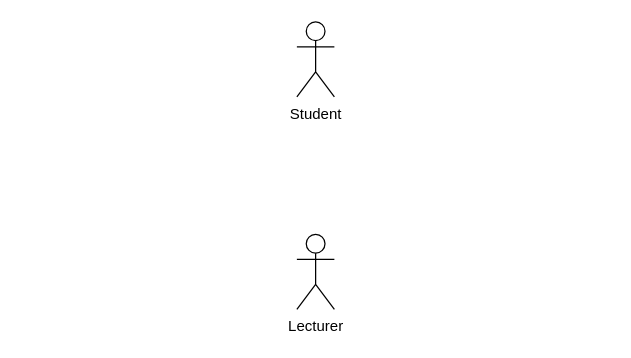
The draw.io diagram project/drawio/ShuYu03/exer1.drawio in drshahizan/software-engineering, before the edit. Source tidied: cells renumbered, new cells numbered last; positions are measured from the earlier drawing's top-left corner, leaving out a move shared by most shapes. Both pictures are drawn from the tidied source at 125%, with x=0, y=0 at pixel (296, 21).
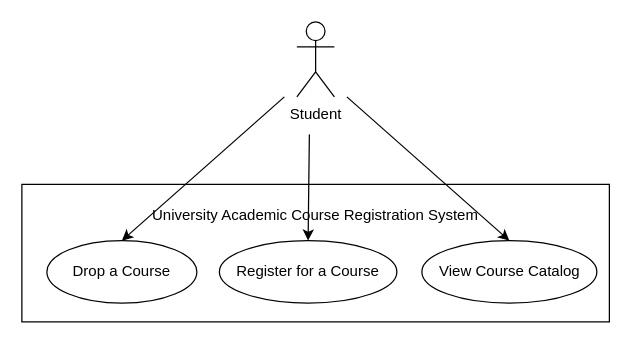
After the change.

What changed in the source:
```diff
@@
 <mxGraphModel>
   <root>
     <mxCell id="0" />
     <mxCell id="1" parent="0" />
     <mxCell id="2" value="Student&lt;br&gt;" style="shape=umlActor;verticalLabelPosition=bottom;verticalAlign=top;html=1;" parent="1" vertex="1">
       <mxGeometry width="30" height="60" as="geometry" />
     </mxCell>
-    <mxCell id="3" value="Lecturer" style="shape=umlActor;verticalLabelPosition=bottom;verticalAlign=top;html=1;" parent="1" vertex="1">
-      <mxGeometry y="170" width="30" height="60" as="geometry" />
-    </mxCell>
+    <mxCell id="4" style="rounded=0;whiteSpace=wrap;html=1;" parent="1" vertex="1">
+      <mxGeometry x="-220" y="130" width="470" height="110" as="geometry" />
+    </mxCell>
+    <mxCell id="5" value="University Academic Course Registration System" style="text;strokeColor=none;align=center;fillColor=none;html=1;verticalAlign=middle;whiteSpace=wrap;rounded=0;" parent="1" vertex="1">
+      <mxGeometry x="-150" y="140" width="330" height="30" as="geometry" />
+    </mxCell>
+    <mxCell id="6" style="group;" parent="1" vertex="1">
+      <mxGeometry x="-200" y="175" width="120" height="50" as="geometry" />
+    </mxCell>
+    <mxCell id="7" style="ellipse;whiteSpace=wrap;html=1;" parent="6" vertex="1">
+      <mxGeometry width="120" height="50" as="geometry" />
+    </mxCell>
+    <mxCell id="8" value="Drop a Course" style="text;strokeColor=none;align=center;fillColor=none;html=1;verticalAlign=middle;whiteSpace=wrap;rounded=0;" parent="6" vertex="1">
+      <mxGeometry x="10" y="10" width="100" height="30" as="geometry" />
+    </mxCell>
+    <mxCell id="9" style="group;" parent="1" vertex="1">
+      <mxGeometry x="-62" y="175" width="142" height="50" as="geometry" />
+    </mxCell>
+    <mxCell id="10" style="ellipse;whiteSpace=wrap;html=1;" parent="9" vertex="1">
+      <mxGeometry width="142" height="50" as="geometry" />
+    </mxCell>
+    <mxCell id="11" value="Register for a Course" style="text;strokeColor=none;align=center;fillColor=none;html=1;verticalAlign=middle;whiteSpace=wrap;rounded=0;" parent="9" vertex="1">
+      <mxGeometry x="11.8" y="10" width="118.3" height="30" as="geometry" />
+    </mxCell>
+    <mxCell id="12" style="group;" parent="1" vertex="1">
+      <mxGeometry x="100" y="175" width="140" height="50" as="geometry" />
+    </mxCell>
+    <mxCell id="13" style="ellipse;whiteSpace=wrap;html=1;" parent="12" vertex="1">
+      <mxGeometry width="140" height="50" as="geometry" />
+    </mxCell>
+    <mxCell id="14" value="View Course Catalog" style="text;strokeColor=none;align=center;fillColor=none;html=1;verticalAlign=middle;whiteSpace=wrap;rounded=0;" parent="12" vertex="1">
+      <mxGeometry x="11.7" y="10" width="116.7" height="30" as="geometry" />
+    </mxCell>
+    <mxCell id="15" style="endArrow=classic;html=1;entryX=0.5;entryY=0;entryDx=0;entryDy=0;" parent="1" edge="1" target="7">
+      <mxGeometry relative="1" as="geometry">
+        <mxPoint x="-10" y="60" as="sourcePoint" />
+      </mxGeometry>
+    </mxCell>
+    <mxCell id="16" style="endArrow=classic;html=1;entryX=0.5;entryY=0;entryDx=0;entryDy=0;" parent="1" edge="1" target="10">
+      <mxGeometry relative="1" as="geometry">
+        <mxPoint x="10" y="90" as="sourcePoint" />
+      </mxGeometry>
+    </mxCell>
+    <mxCell id="17" style="endArrow=classic;html=1;entryX=0.5;entryY=0;entryDx=0;entryDy=0;" parent="1" edge="1" target="13">
+      <mxGeometry relative="1" as="geometry">
+        <mxPoint x="40" y="60" as="sourcePoint" />
+      </mxGeometry>
+    </mxCell>
   </root>
 </mxGraphModel>
```
